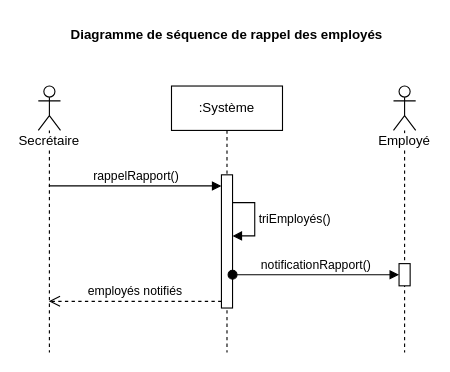
The draw.io diagram Diagrammes/03 - Séquences/Rappel employés/03 - Séquences - Rappel employés.drawio in Neilerua13/tp-analyse-uml, before the edit. Source tidied: cells renumbered, new cells numbered last; positions are measured from the earlier drawing's top-left corner, leaving out a move shared by most shapes. Both pictures are drawn from the tidied source at 111%, with x=0, y=0 at pixel (38, 19).
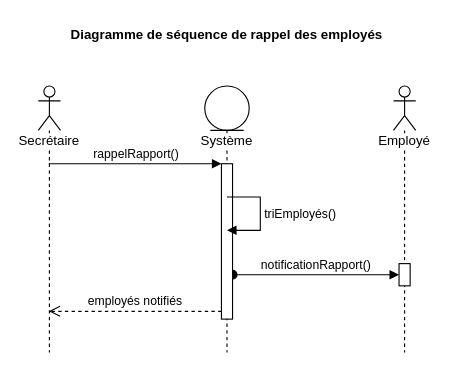
The same page after the edit.

Commit message (it also covers changes not shown here):
Refonte diagramme de séquence avec Jacobson

What changed in the source:
```diff
@@
 <mxGraphModel>
   <root>
     <mxCell id="0" />
     <mxCell id="1" parent="0" />
     <mxCell id="2" value="Employé" style="shape=umlLifeline;participant=umlActor;perimeter=lifelinePerimeter;whiteSpace=wrap;html=1;verticalAlign=top;spacingTop=36;labelBackgroundColor=#ffffff;" parent="1" vertex="1">
       <mxGeometry x="320" y="60" width="20" height="240" as="geometry" />
     </mxCell>
     <mxCell id="3" style="html=1;points=[];perimeter=orthogonalPerimeter;" parent="2" vertex="1">
       <mxGeometry x="5" y="160" width="10" height="20" as="geometry" />
     </mxCell>
-    <mxCell id="4" value=":Système" style="shape=umlLifeline;perimeter=lifelinePerimeter;whiteSpace=wrap;html=1;" parent="1" vertex="1">
-      <mxGeometry x="120" y="60" width="100" height="240" as="geometry" />
-    </mxCell>
-    <mxCell id="5" style="html=1;points=[];perimeter=orthogonalPerimeter;" parent="4" vertex="1">
-      <mxGeometry x="45" y="80" width="10" height="120" as="geometry" />
-    </mxCell>
+    <mxCell id="7" value="Secrétaire" style="shape=umlLifeline;participant=umlActor;perimeter=lifelinePerimeter;whiteSpace=wrap;html=1;verticalAlign=top;spacingTop=36;labelBackgroundColor=#ffffff;outlineConnect=0;" parent="1" vertex="1">
+      <mxGeometry y="60" width="20" height="240" as="geometry" />
+    </mxCell>
+    <mxCell id="10" value="notificationRapport()" style="html=1;verticalAlign=bottom;startArrow=oval;endArrow=block;startSize=8;" parent="1" edge="1" source="13" target="3">
+      <mxGeometry relative="1" as="geometry">
+        <Array as="points">
+          <mxPoint x="310" y="230" />
+        </Array>
+      </mxGeometry>
+    </mxCell>
+    <mxCell id="11" value="Diagramme de séquence de rappel des employés" style="text;align=center;fontStyle=1;verticalAlign=middle;spacingLeft=3;spacingRight=3;strokeColor=none;" parent="1" vertex="1">
+      <mxGeometry x="130" width="80" height="26" as="geometry" />
+    </mxCell>
+    <mxCell id="12" value="Système" style="shape=umlLifeline;participant=umlEntity;perimeter=lifelinePerimeter;whiteSpace=wrap;html=1;verticalAlign=top;spacingTop=36;labelBackgroundColor=#ffffff;" parent="1" vertex="1">
+      <mxGeometry x="150" y="60" width="40" height="240" as="geometry" />
+    </mxCell>
+    <mxCell id="13" style="html=1;points=[];perimeter=orthogonalPerimeter;" parent="12" vertex="1">
+      <mxGeometry x="15" y="70" width="10" height="140" as="geometry" />
+    </mxCell>
-    <mxCell id="6" value="triEmployés()" style="edgeStyle=orthogonalEdgeStyle;html=1;align=left;spacingLeft=2;endArrow=block;rounded=0;" parent="4" edge="1">
+    <mxCell id="6" value="triEmployés()" style="edgeStyle=orthogonalEdgeStyle;html=1;align=left;spacingLeft=2;endArrow=block;rounded=0;" parent="1" edge="1">
       <mxGeometry relative="1" as="geometry">
-        <mxPoint x="55" y="105" as="sourcePoint" />
-        <mxPoint x="55" y="135" as="targetPoint" />
+        <mxPoint x="170" y="160" as="sourcePoint" />
+        <mxPoint x="170" y="190" as="targetPoint" />
         <Array as="points">
-          <mxPoint x="75" y="105" />
-          <mxPoint x="75" y="135" />
-          <mxPoint x="55" y="135" />
+          <mxPoint x="200" y="160" />
+          <mxPoint x="200" y="190" />
+          <mxPoint x="180" y="190" />
         </Array>
       </mxGeometry>
     </mxCell>
-    <mxCell id="7" value="Secrétaire" style="shape=umlLifeline;participant=umlActor;perimeter=lifelinePerimeter;whiteSpace=wrap;html=1;verticalAlign=top;spacingTop=36;labelBackgroundColor=#ffffff;outlineConnect=0;" parent="1" vertex="1">
-      <mxGeometry y="60" width="20" height="240" as="geometry" />
-    </mxCell>
-    <mxCell id="8" value="rappelRapport()" style="html=1;verticalAlign=bottom;endArrow=block;" parent="1" edge="1" source="7" target="5">
-      <mxGeometry relative="1" as="geometry">
-        <Array as="points">
-          <mxPoint x="130" y="150" />
-        </Array>
-      </mxGeometry>
+    <mxCell id="8" value="rappelRapport()" style="html=1;verticalAlign=bottom;endArrow=block;entryX=0;entryY=0;" parent="1" edge="1" source="7" target="13">
+      <mxGeometry relative="1" as="geometry" />
     </mxCell>
-    <mxCell id="9" value="employés notifiés" style="html=1;verticalAlign=bottom;endArrow=open;dashed=1;endSize=8;exitX=0;exitY=0.95;" parent="1" edge="1" source="5" target="7">
+    <mxCell id="9" value="employés notifiés" style="html=1;verticalAlign=bottom;endArrow=open;dashed=1;endSize=8;exitX=0;exitY=0.95;" parent="1" edge="1" source="13" target="7">
       <mxGeometry relative="1" as="geometry" />
     </mxCell>
-    <mxCell id="10" value="notificationRapport()" style="html=1;verticalAlign=bottom;startArrow=oval;endArrow=block;startSize=8;" parent="1" edge="1" source="5" target="3">
-      <mxGeometry relative="1" as="geometry">
-        <Array as="points">
-          <mxPoint x="310" y="230" />
-        </Array>
-      </mxGeometry>
-    </mxCell>
-    <mxCell id="11" value="Diagramme de séquence de rappel des employés" style="text;align=center;fontStyle=1;verticalAlign=middle;spacingLeft=3;spacingRight=3;strokeColor=none;" parent="1" vertex="1">
-      <mxGeometry x="130" width="80" height="26" as="geometry" />
-    </mxCell>
   </root>
 </mxGraphModel>
```
